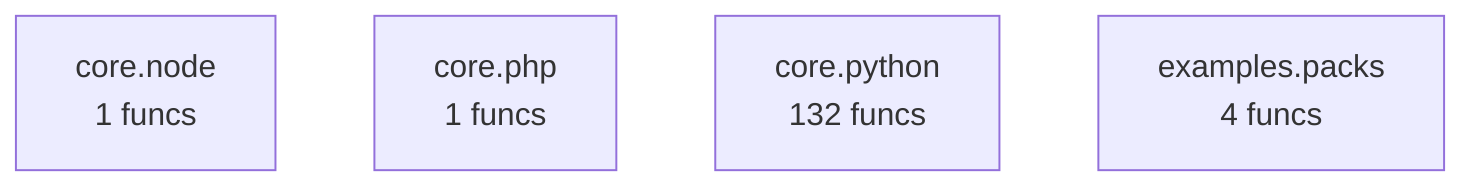
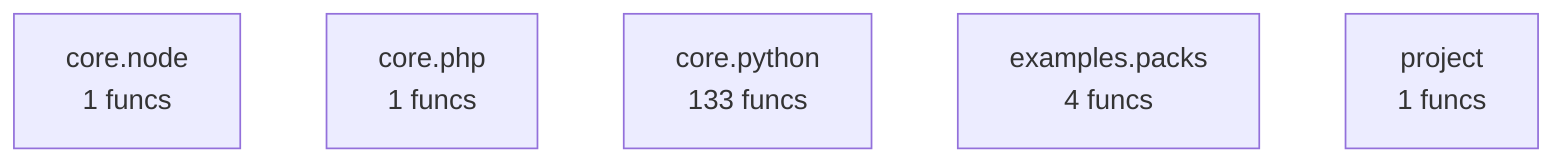
flowchart TD
%% generated in 0.00s
    core__node["core.node<br/>1 funcs"]
    core__php["core.php<br/>1 funcs"]
-     core__python["core.python<br/>132 funcs"]
+     core__python["core.python<br/>133 funcs"]
    examples__packs["examples.packs<br/>4 funcs"]
+     project["project<br/>1 funcs"]
